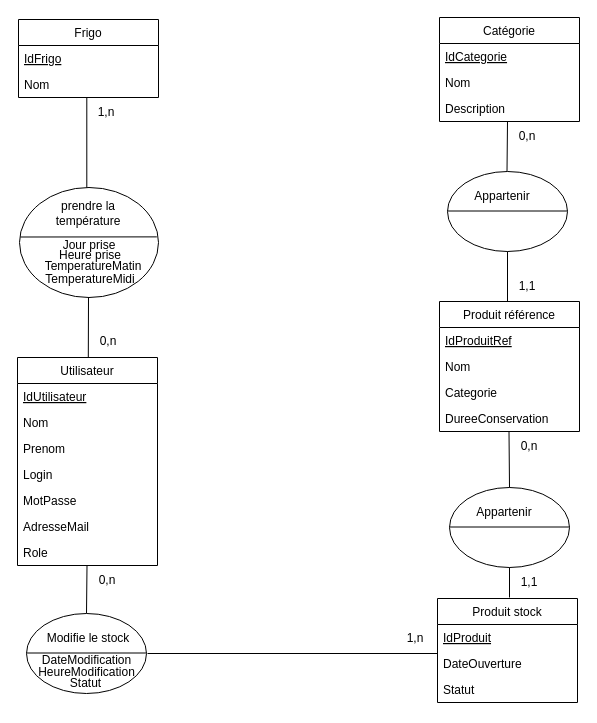
Earlier version of the draw.io diagram Documentations/MCD.drawio (PierreGoa/ProjetTPR). Source tidied: cells renumbered, new cells numbered last; positions are measured from the earlier drawing's top-left corner, leaving out a move shared by most shapes. Both pictures are drawn from the tidied source at 100%, with x=0, y=0 at pixel (17, 17).
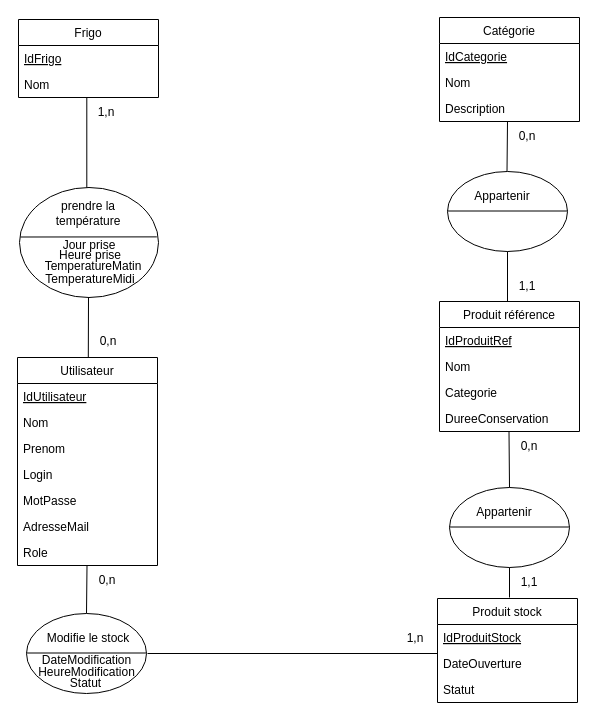
The same diagram, later.

Unchanged cells that the change refers to:
```xml
<mxCell id="15" value="Produit stock" style="swimlane;fontStyle=0;horizontal=1;startSize=26;fillColor=none;" parent="1" vertex="1">
  <mxGeometry x="420" y="581" width="140" height="104" as="geometry" />
</mxCell>
```

The edit, as a diff of the source:
```diff
@@
-    <mxCell id="16" value="IdProduit" style="text;strokeColor=none;fillColor=none;align=left;verticalAlign=top;spacingLeft=4;spacingRight=4;overflow=hidden;fontStyle=4;" parent="15" vertex="1">
+    <mxCell id="16" value="IdProduitStock" style="text;strokeColor=none;fillColor=none;align=left;verticalAlign=top;spacingLeft=4;spacingRight=4;overflow=hidden;fontStyle=4;" parent="15" vertex="1">
       <mxGeometry y="26" width="140" height="26" as="geometry" />
     </mxCell>
```
